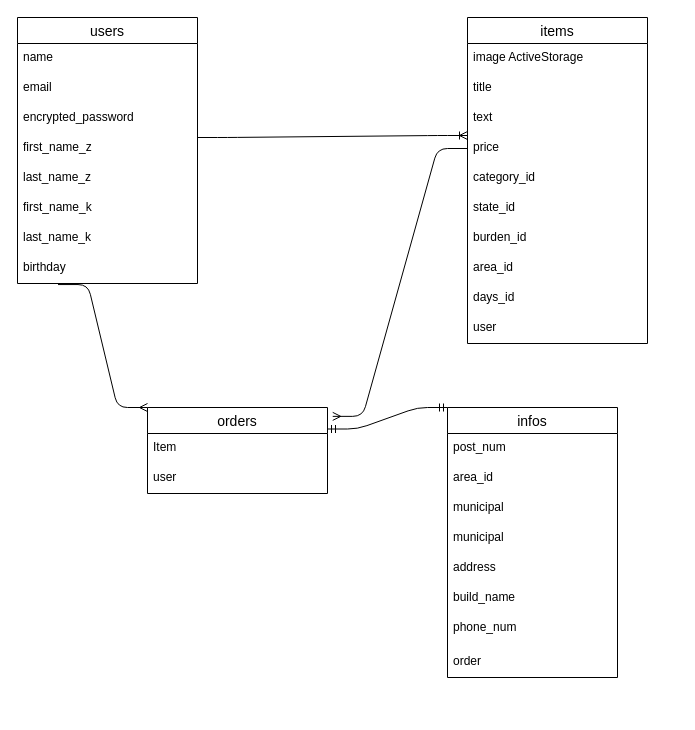
Before: test.dio in fmnature/furima-33540, a draw.io diagram. Source tidied: cells renumbered, new cells numbered last; positions are measured from the earlier drawing's top-left corner, leaving out a move shared by most shapes. Both pictures are drawn from the tidied source at 100%, with x=0, y=0 at pixel (17, 17).
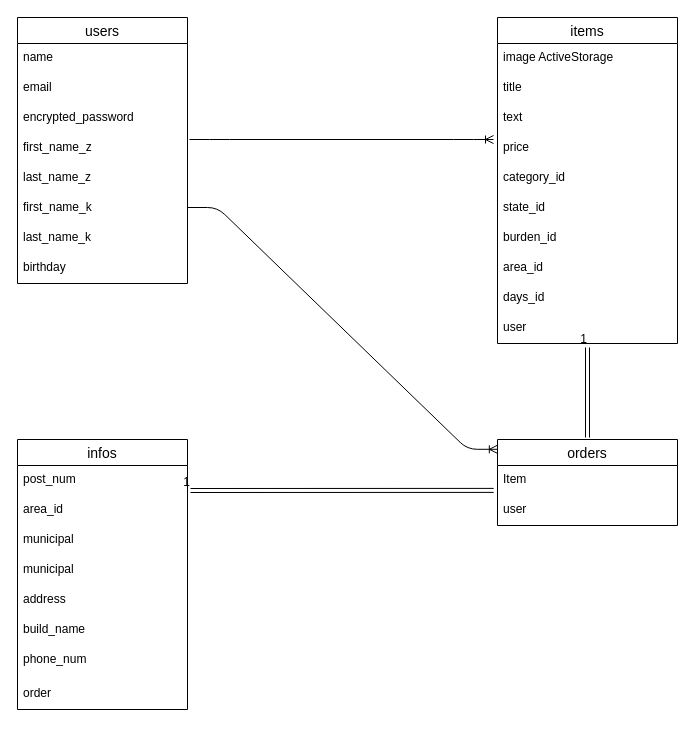
The same page after the edit.

Commit message (it also covers changes not shown here):
データベース設計3

The change refers to these unchanged cells:
```xml
<mxCell id="6" value="price" style="text;strokeColor=none;fillColor=none;spacingLeft=4;spacingRight=4;overflow=hidden;points=[[0,0.5],[1,0.5]];portConstraint=eastwest;fontSize=12;" parent="2" vertex="1">
  <mxGeometry y="116" width="180" height="30" as="geometry" />
</mxCell>
```

What changed in the source:
```diff
@@
     <mxCell id="2" value="items" style="swimlane;fontStyle=0;horizontal=1;startSize=26;align=center;fontSize=14;" parent="1" vertex="1">
-      <mxGeometry x="450" width="180" height="326" as="geometry" />
+      <mxGeometry x="480" width="180" height="326" as="geometry" />
     </mxCell>
@@
     <mxCell id="13" value="users" style="swimlane;fontStyle=0;horizontal=1;startSize=26;align=center;fontSize=14;" parent="1" vertex="1">
-      <mxGeometry width="180" height="266" as="geometry" />
+      <mxGeometry width="170" height="266" as="geometry" />
     </mxCell>
     <mxCell id="14" value="name" style="text;strokeColor=none;fillColor=none;spacingLeft=4;spacingRight=4;overflow=hidden;fontSize=12;" parent="13" vertex="1">
-      <mxGeometry y="26" width="180" height="30" as="geometry" />
+      <mxGeometry y="26" width="170" height="30" as="geometry" />
     </mxCell>
     <mxCell id="15" value="email" style="text;strokeColor=none;fillColor=none;spacingLeft=4;spacingRight=4;overflow=hidden;fontSize=12;" parent="13" vertex="1">
-      <mxGeometry y="56" width="180" height="30" as="geometry" />
+      <mxGeometry y="56" width="170" height="30" as="geometry" />
     </mxCell>
     <mxCell id="16" value="encrypted_password" style="text;strokeColor=none;fillColor=none;spacingLeft=4;spacingRight=4;overflow=hidden;fontSize=12;" parent="13" vertex="1">
-      <mxGeometry y="86" width="180" height="30" as="geometry" />
+      <mxGeometry y="86" width="170" height="30" as="geometry" />
     </mxCell>
     <mxCell id="17" value="first_name_z" style="text;strokeColor=none;fillColor=none;spacingLeft=4;spacingRight=4;overflow=hidden;fontSize=12;" parent="13" vertex="1">
-      <mxGeometry y="116" width="180" height="30" as="geometry" />
+      <mxGeometry y="116" width="170" height="30" as="geometry" />
     </mxCell>
     <mxCell id="18" value="last_name_z" style="text;strokeColor=none;fillColor=none;spacingLeft=4;spacingRight=4;overflow=hidden;fontSize=12;" parent="13" vertex="1">
-      <mxGeometry y="146" width="180" height="30" as="geometry" />
+      <mxGeometry y="146" width="170" height="30" as="geometry" />
     </mxCell>
     <mxCell id="19" value="first_name_k" style="text;strokeColor=none;fillColor=none;spacingLeft=4;spacingRight=4;overflow=hidden;fontSize=12;" parent="13" vertex="1">
-      <mxGeometry y="176" width="180" height="30" as="geometry" />
+      <mxGeometry y="176" width="170" height="30" as="geometry" />
     </mxCell>
     <mxCell id="20" value="last_name_k" style="text;strokeColor=none;fillColor=none;spacingLeft=4;spacingRight=4;overflow=hidden;fontSize=12;" parent="13" vertex="1">
-      <mxGeometry y="206" width="180" height="30" as="geometry" />
+      <mxGeometry y="206" width="170" height="30" as="geometry" />
     </mxCell>
     <mxCell id="21" value="birthday" style="text;strokeColor=none;fillColor=none;spacingLeft=4;spacingRight=4;overflow=hidden;points=[[0,0.5],[1,0.5]];portConstraint=eastwest;fontSize=12;" parent="13" vertex="1">
-      <mxGeometry y="236" width="180" height="30" as="geometry" />
+      <mxGeometry y="236" width="170" height="30" as="geometry" />
     </mxCell>
     <mxCell id="22" value="orders" style="swimlane;fontStyle=0;horizontal=1;startSize=26;align=center;fontSize=14;" parent="1" vertex="1">
-      <mxGeometry x="130" y="390" width="180" height="86" as="geometry" />
+      <mxGeometry x="480" y="422" width="180" height="86" as="geometry" />
     </mxCell>
@@
     <mxCell id="25" value="infos" style="swimlane;fontStyle=0;horizontal=1;startSize=26;align=center;fontSize=14;" parent="1" vertex="1">
-      <mxGeometry x="430" y="390" width="170" height="270" as="geometry" />
+      <mxGeometry y="422" width="170" height="270" as="geometry" />
     </mxCell>
@@
     <mxCell id="34" style="edgeStyle=entityRelationEdgeStyle;fontSize=12;html=1;endArrow=ERoneToMany;" parent="1" edge="1">
       <mxGeometry relative="1" as="geometry">
-        <mxPoint x="180" y="120" as="sourcePoint" />
-        <mxPoint x="450" y="118" as="targetPoint" />
+        <mxPoint x="172" y="122" as="sourcePoint" />
+        <mxPoint x="476" y="122" as="targetPoint" />
       </mxGeometry>
     </mxCell>
-    <mxCell id="35" style="edgeStyle=entityRelationEdgeStyle;fontSize=12;html=1;endArrow=ERmany;exitX=0.225;exitY=1.035;exitDx=0;exitDy=0;exitPerimeter=0;entryX=0;entryY=0;entryDx=0;entryDy=0;" parent="1" edge="1" source="21" target="22">
-      <mxGeometry relative="1" as="geometry" />
-    </mxCell>
-    <mxCell id="36" style="edgeStyle=entityRelationEdgeStyle;fontSize=12;html=1;endArrow=ERmandOne;startArrow=ERmandOne;exitX=1;exitY=0.25;exitDx=0;exitDy=0;entryX=0;entryY=0;entryDx=0;entryDy=0;" parent="1" edge="1" source="22" target="25">
-      <mxGeometry relative="1" as="geometry" />
-    </mxCell>
-    <mxCell id="37" style="edgeStyle=entityRelationEdgeStyle;fontSize=12;html=1;endArrow=ERmany;exitX=0;exitY=0.5;exitDx=0;exitDy=0;entryX=1.029;entryY=0.103;entryDx=0;entryDy=0;entryPerimeter=0;" parent="1" edge="1" source="6" target="22">
-      <mxGeometry relative="1" as="geometry" />
-    </mxCell>
+    <mxCell id="38" style="shape=link;html=1;rounded=0;" parent="1" edge="1">
+      <mxGeometry relative="1" as="geometry">
+        <mxPoint x="570" y="420" as="sourcePoint" />
+        <mxPoint x="570" y="330" as="targetPoint" />
+      </mxGeometry>
+    </mxCell>
+    <mxCell id="39" value="1" style="html=1;align=right;verticalAlign=bottom;" parent="38" vertex="1">
+      <mxGeometry x="1" relative="1" as="geometry" />
+    </mxCell>
+    <mxCell id="40" style="shape=link;html=1;rounded=0;exitX=-0.021;exitY=0.831;exitDx=0;exitDy=0;exitPerimeter=0;" parent="1" edge="1">
+      <mxGeometry relative="1" as="geometry">
+        <mxPoint x="476.2" y="472.9" as="sourcePoint" />
+        <mxPoint x="173" y="473" as="targetPoint" />
+      </mxGeometry>
+    </mxCell>
+    <mxCell id="41" value="1" style="html=1;align=right;verticalAlign=bottom;" parent="40" vertex="1">
+      <mxGeometry x="1" relative="1" as="geometry" />
+    </mxCell>
+    <mxCell id="42" style="edgeStyle=entityRelationEdgeStyle;fontSize=12;html=1;endArrow=ERoneToMany;entryX=-0.001;entryY=0.114;entryDx=0;entryDy=0;entryPerimeter=0;" parent="1" edge="1" target="22">
+      <mxGeometry relative="1" as="geometry">
+        <mxPoint x="170" y="190" as="sourcePoint" />
+      </mxGeometry>
+    </mxCell>
```
